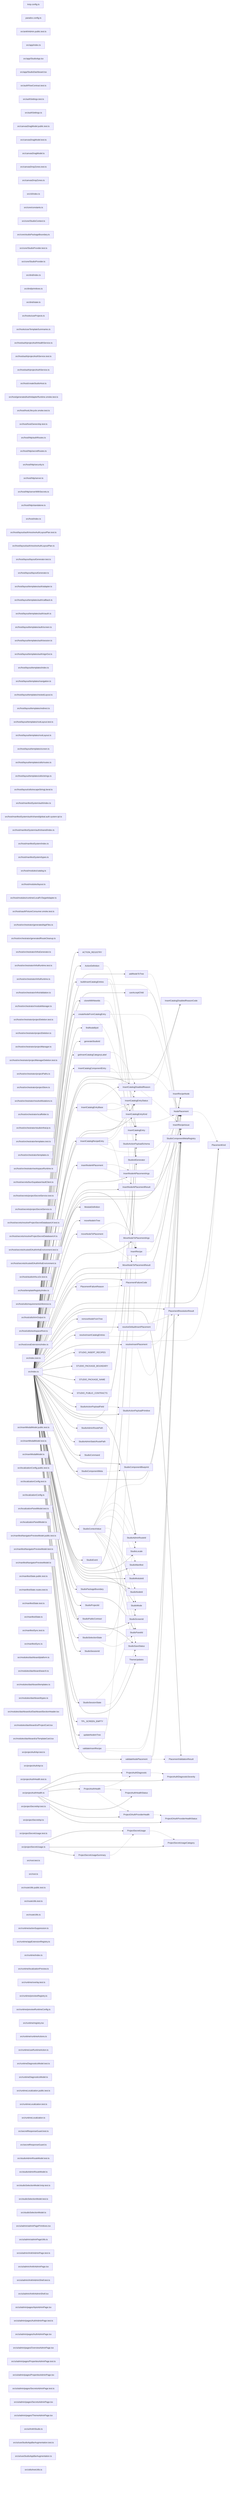
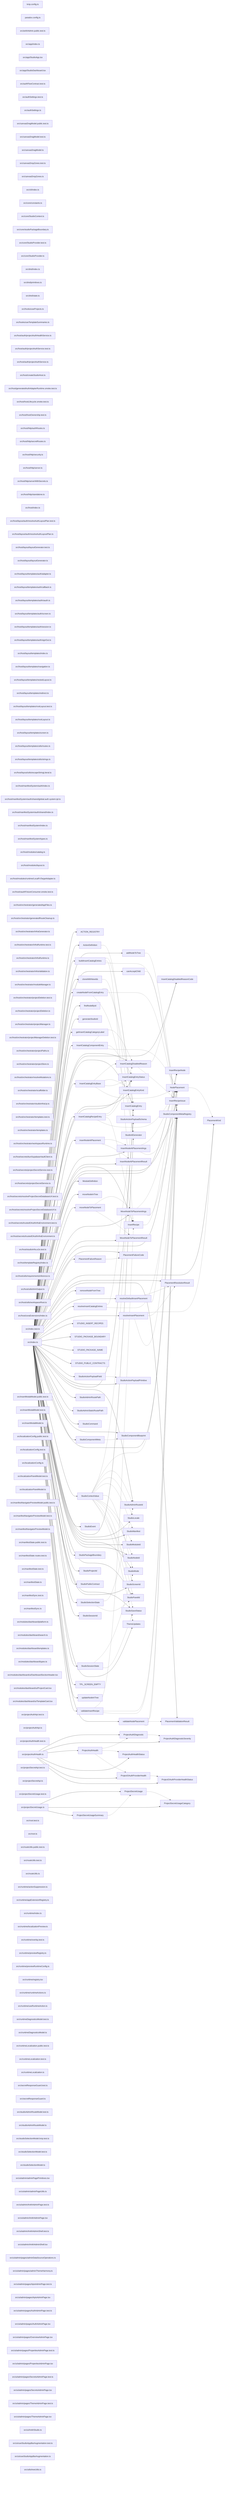
graph LR
  module_knip_config_ts["knip.config.ts"]
  module_paradox_config_ts["paradox.config.ts"]
  module_src_ankhAdmin_public_test_ts["src/ankhAdmin.public.test.ts"]
  module_src_app_index_ts["src/app/index.ts"]
  module_src_app_StudioApp_tsx["src/app/StudioApp.tsx"]
  module_src_app_StudioDashboard_tsx["src/app/StudioDashboard.tsx"]
  module_src_authFlowContract_test_ts["src/authFlowContract.test.ts"]
  module_src_authSettings_test_ts["src/authSettings.test.ts"]
  module_src_authSettings_ts["src/authSettings.ts"]
  module_src_canvasDragModel_public_test_ts["src/canvasDragModel.public.test.ts"]
  module_src_canvasDragModel_test_ts["src/canvasDragModel.test.ts"]
  module_src_canvasDragModel_ts["src/canvasDragModel.ts"]
  module_src_canvasDropZones_test_ts["src/canvasDropZones.test.ts"]
  module_src_canvasDropZones_ts["src/canvasDropZones.ts"]
  module_src_cli_index_ts["src/cli/index.ts"]
  module_src_core_constants_ts["src/core/constants.ts"]
  module_src_core_StudioContext_ts["src/core/StudioContext.ts"]
  module_src_core_studioPackageBoundary_ts["src/core/studioPackageBoundary.ts"]
  module_src_core_StudioProvider_test_ts["src/core/StudioProvider.test.ts"]
  module_src_core_StudioProvider_ts["src/core/StudioProvider.ts"]
  module_src_dnd_index_ts["src/dnd/index.ts"]
  module_src_dnd_primitives_ts["src/dnd/primitives.ts"]
  module_src_dnd_state_ts["src/dnd/state.ts"]
  module_src_hooks_useProjects_ts["src/hooks/useProjects.ts"]
  module_src_hooks_useTemplateSummaries_ts["src/hooks/useTemplateSummaries.ts"]
  module_src_host_auth_projectAuthHealthService_ts["src/host/auth/projectAuthHealthService.ts"]
  module_src_host_auth_projectAuthService_test_ts["src/host/auth/projectAuthService.test.ts"]
  module_src_host_auth_projectAuthService_ts["src/host/auth/projectAuthService.ts"]
  module_src_host_createStudioHost_ts["src/host/createStudioHost.ts"]
  module_src_host_generatedAuthAdapterRuntime_smoke_test_ts["src/host/generatedAuthAdapterRuntime.smoke.test.ts"]
  module_src_host_hostLifecycle_smoke_test_ts["src/host/hostLifecycle.smoke.test.ts"]
  module_src_host_hostOwnership_test_ts["src/host/hostOwnership.test.ts"]
  module_src_host_http_authRoutes_ts["src/host/http/authRoutes.ts"]
  module_src_host_http_secretRoutes_ts["src/host/http/secretRoutes.ts"]
  module_src_host_http_security_ts["src/host/http/security.ts"]
  module_src_host_http_server_ts["src/host/http/server.ts"]
  module_src_host_http_serverWithSecrets_ts["src/host/http/serverWithSecrets.ts"]
  module_src_host_http_standalone_ts["src/host/http/standalone.ts"]
  module_src_host_index_ts["src/host/index.ts"]
  module_src_host_layout_auth_resolveAuthLayoutPlan_test_ts["src/host/layout/auth/resolveAuthLayoutPlan.test.ts"]
  module_src_host_layout_auth_resolveAuthLayoutPlan_ts["src/host/layout/auth/resolveAuthLayoutPlan.ts"]
  module_src_host_layout_layoutGenerator_test_ts["src/host/layout/layoutGenerator.test.ts"]
  module_src_host_layout_layoutGenerator_ts["src/host/layout/layoutGenerator.ts"]
  module_src_host_layout_templates_auth_adapter_ts["src/host/layout/templates/auth/adapter.ts"]
  module_src_host_layout_templates_auth_callback_ts["src/host/layout/templates/auth/callback.ts"]
  module_src_host_layout_templates_auth_oauth_ts["src/host/layout/templates/auth/oauth.ts"]
  module_src_host_layout_templates_auth_screen_ts["src/host/layout/templates/auth/screen.ts"]
  module_src_host_layout_templates_auth_session_ts["src/host/layout/templates/auth/session.ts"]
  module_src_host_layout_templates_auth_signOut_ts["src/host/layout/templates/auth/signOut.ts"]
  module_src_host_layout_templates_index_ts["src/host/layout/templates/index.ts"]
  module_src_host_layout_templates_navigation_ts["src/host/layout/templates/navigation.ts"]
  module_src_host_layout_templates_nestedLayout_ts["src/host/layout/templates/nestedLayout.ts"]
  module_src_host_layout_templates_redirect_ts["src/host/layout/templates/redirect.ts"]
  module_src_host_layout_templates_rootLayout_test_ts["src/host/layout/templates/rootLayout.test.ts"]
  module_src_host_layout_templates_rootLayout_ts["src/host/layout/templates/rootLayout.ts"]
  module_src_host_layout_templates_screen_ts["src/host/layout/templates/screen.ts"]
  module_src_host_layout_templates_utils_routes_ts["src/host/layout/templates/utils/routes.ts"]
  module_src_host_layout_templates_utils_strings_ts["src/host/layout/templates/utils/strings.ts"]
  module_src_host_layout_utils_escapeStringLiteral_ts["src/host/layout/utils/escapeStringLiteral.ts"]
  module_src_host_manifestSystem_auth_index_ts["src/host/manifestSystem/auth/index.ts"]
  module_src_host_manifestSystem_auth_shared_global_auth_system_tpl_ts["src/host/manifestSystem/auth/shared/global.auth.system.tpl.ts"]
  module_src_host_manifestSystem_auth_shared_index_ts["src/host/manifestSystem/auth/shared/index.ts"]
  module_src_host_manifestSystem_index_ts["src/host/manifestSystem/index.ts"]
  module_src_host_manifestSystem_types_ts["src/host/manifestSystem/types.ts"]
  module_src_host_modules_catalog_ts["src/host/modules/catalog.ts"]
  module_src_host_modules_layout_ts["src/host/modules/layout.ts"]
  module_src_host_modules_runtime_LocalFsTargetAdapter_ts["src/host/modules/runtime/LocalFsTargetAdapter.ts"]
  module_src_host_oauthFixtureConsumer_smoke_test_ts["src/host/oauthFixtureConsumer.smoke.test.ts"]
  module_src_host_orchestrator_generatedAppFiles_ts["src/host/orchestrator/generatedAppFiles.ts"]
  module_src_host_orchestrator_generatedRouteCleanup_ts["src/host/orchestrator/generatedRouteCleanup.ts"]
  module_src_host_orchestrator_infraGenerator_ts["src/host/orchestrator/infraGenerator.ts"]
  module_src_host_orchestrator_infraRuntime_test_ts["src/host/orchestrator/infraRuntime.test.ts"]
  module_src_host_orchestrator_infraRuntime_ts["src/host/orchestrator/infraRuntime.ts"]
  module_src_host_orchestrator_infraValidation_ts["src/host/orchestrator/infraValidation.ts"]
  module_src_host_orchestrator_moduleManager_ts["src/host/orchestrator/moduleManager.ts"]
  module_src_host_orchestrator_projectDeletion_test_ts["src/host/orchestrator/projectDeletion.test.ts"]
  module_src_host_orchestrator_projectDeletion_ts["src/host/orchestrator/projectDeletion.ts"]
  module_src_host_orchestrator_projectManager_ts["src/host/orchestrator/projectManager.ts"]
  module_src_host_orchestrator_projectManagerDeletion_test_ts["src/host/orchestrator/projectManagerDeletion.test.ts"]
  module_src_host_orchestrator_projectPaths_ts["src/host/orchestrator/projectPaths.ts"]
  module_src_host_orchestrator_projectStore_ts["src/host/orchestrator/projectStore.ts"]
  module_src_host_orchestrator_resolveMutations_ts["src/host/orchestrator/resolveMutations.ts"]
  module_src_host_orchestrator_scaffolder_ts["src/host/orchestrator/scaffolder.ts"]
  module_src_host_orchestrator_studioInfraUp_ts["src/host/orchestrator/studioInfraUp.ts"]
  module_src_host_orchestrator_templates_test_ts["src/host/orchestrator/templates.test.ts"]
  module_src_host_orchestrator_templates_ts["src/host/orchestrator/templates.ts"]
  module_src_host_orchestrator_workspaceRuntime_ts["src/host/orchestrator/workspaceRuntime.ts"]
  module_src_host_secrets_bunSupabaseVaultClient_ts["src/host/secrets/bunSupabaseVaultClient.ts"]
  module_src_host_secrets_projectSecretService_test_ts["src/host/secrets/projectSecretService.test.ts"]
  module_src_host_secrets_projectSecretService_ts["src/host/secrets/projectSecretService.ts"]
  module_src_host_secrets_resolveProjectSecretDatabaseUrl_test_ts["src/host/secrets/resolveProjectSecretDatabaseUrl.test.ts"]
  module_src_host_secrets_resolveProjectSecretDatabaseUrl_ts["src/host/secrets/resolveProjectSecretDatabaseUrl.ts"]
  module_src_host_secrets_trustedOAuthInfraEnvironment_test_ts["src/host/secrets/trustedOAuthInfraEnvironment.test.ts"]
  module_src_host_secrets_trustedOAuthInfraEnvironment_ts["src/host/secrets/trustedOAuthInfraEnvironment.ts"]
  module_src_host_studioInfra_e2e_test_ts["src/host/studioInfra.e2e.test.ts"]
  module_src_host_templateRegistry_index_ts["src/host/templateRegistry/index.ts"]
  module_src_host_utils_requirementsInference_ts["src/host/utils/requirementsInference.ts"]
  module_src_host_utils_trimOutput_ts["src/host/utils/trimOutput.ts"]
  module_src_host_utils_workspaceRoot_ts["src/host/utils/workspaceRoot.ts"]
  module_src_host_zoraExtensions_index_ts["src/host/zoraExtensions/index.ts"]
  module_src_index_test_ts["src/index.test.ts"]
  module_src_index_ts["src/index.ts"]
  module_src_insertModalModel_public_test_ts["src/insertModalModel.public.test.ts"]
  module_src_insertModalModel_test_ts["src/insertModalModel.test.ts"]
  module_src_insertModalModel_ts["src/insertModalModel.ts"]
  module_src_localizationConfig_public_test_ts["src/localizationConfig.public.test.ts"]
  module_src_localizationConfig_test_ts["src/localizationConfig.test.ts"]
  module_src_localizationConfig_ts["src/localizationConfig.ts"]
  module_src_localizationPanelModel_test_ts["src/localizationPanelModel.test.ts"]
  module_src_localizationPanelModel_ts["src/localizationPanelModel.ts"]
  module_src_manifestNavigatorPreviewModel_public_test_ts["src/manifestNavigatorPreviewModel.public.test.ts"]
  module_src_manifestNavigatorPreviewModel_test_ts["src/manifestNavigatorPreviewModel.test.ts"]
  module_src_manifestNavigatorPreviewModel_ts["src/manifestNavigatorPreviewModel.ts"]
  module_src_manifestState_public_test_ts["src/manifestState.public.test.ts"]
  module_src_manifestState_routes_test_ts["src/manifestState.routes.test.ts"]
  module_src_manifestState_test_ts["src/manifestState.test.ts"]
  module_src_manifestState_ts["src/manifestState.ts"]
  module_src_manifestSync_test_ts["src/manifestSync.test.ts"]
  module_src_manifestSync_ts["src/manifestSync.ts"]
  module_src_modules_dashboard_platform_ts["src/modules/dashboard/platform.ts"]
  module_src_modules_dashboard_search_ts["src/modules/dashboard/search.ts"]
  module_src_modules_dashboard_templates_ts["src/modules/dashboard/templates.ts"]
  module_src_modules_dashboard_types_ts["src/modules/dashboard/types.ts"]
  module_src_modules_dashboard_ui_DashboardSectionHeader_tsx["src/modules/dashboard/ui/DashboardSectionHeader.tsx"]
  module_src_modules_dashboard_ui_ProjectCard_tsx["src/modules/dashboard/ui/ProjectCard.tsx"]
  module_src_modules_dashboard_ui_TemplateCard_tsx["src/modules/dashboard/ui/TemplateCard.tsx"]
  module_src_projectAuthApi_test_ts["src/projectAuthApi.test.ts"]
  module_src_projectAuthApi_ts["src/projectAuthApi.ts"]
  module_src_projectAuthHealth_test_ts["src/projectAuthHealth.test.ts"]
  module_src_projectAuthHealth_ts["src/projectAuthHealth.ts"]
  module_src_projectSecretApi_test_ts["src/projectSecretApi.test.ts"]
  module_src_projectSecretApi_ts["src/projectSecretApi.ts"]
  module_src_projectSecretUsage_test_ts["src/projectSecretUsage.test.ts"]
  module_src_projectSecretUsage_ts["src/projectSecretUsage.ts"]
  module_src_root_test_ts["src/root.test.ts"]
  module_src_root_ts["src/root.ts"]
  module_src_routeUtils_public_test_ts["src/routeUtils.public.test.ts"]
  module_src_routeUtils_test_ts["src/routeUtils.test.ts"]
  module_src_routeUtils_ts["src/routeUtils.ts"]
  module_src_runtime_actionSuppression_ts["src/runtime/actionSuppression.ts"]
  module_src_runtime_appExtensionRegistry_ts["src/runtime/appExtensionRegistry.ts"]
  module_src_runtime_index_ts["src/runtime/index.ts"]
  module_src_runtime_localizationPreview_ts["src/runtime/localizationPreview.ts"]
  module_src_runtime_overlay_test_ts["src/runtime/overlay.test.ts"]
  module_src_runtime_previewRegistry_ts["src/runtime/previewRegistry.ts"]
  module_src_runtime_previewRuntimeConfig_ts["src/runtime/previewRuntimeConfig.ts"]
  module_src_runtime_registry_tsx["src/runtime/registry.tsx"]
  module_src_runtime_runtimeActions_ts["src/runtime/runtimeActions.ts"]
  module_src_runtime_useRuntimeAction_ts["src/runtime/useRuntimeAction.ts"]
  module_src_runtimeDiagnosticsModel_test_ts["src/runtimeDiagnosticsModel.test.ts"]
  module_src_runtimeDiagnosticsModel_ts["src/runtimeDiagnosticsModel.ts"]
  module_src_runtimeLocalization_public_test_ts["src/runtimeLocalization.public.test.ts"]
  module_src_runtimeLocalization_test_ts["src/runtimeLocalization.test.ts"]
  module_src_runtimeLocalization_ts["src/runtimeLocalization.ts"]
  module_src_secretResponseGuard_test_ts["src/secretResponseGuard.test.ts"]
  module_src_secretResponseGuard_ts["src/secretResponseGuard.ts"]
  module_src_studioAdminRouteModel_test_ts["src/studioAdminRouteModel.test.ts"]
  module_src_studioAdminRouteModel_ts["src/studioAdminRouteModel.ts"]
  module_src_studioSelectionModel_knip_test_ts["src/studioSelectionModel.knip.test.ts"]
  module_src_studioSelectionModel_test_ts["src/studioSelectionModel.test.ts"]
  module_src_studioSelectionModel_ts["src/studioSelectionModel.ts"]
  module_src_ui_admin_adminPagePrimitives_tsx["src/ui/admin/adminPagePrimitives.tsx"]
  module_src_ui_admin_adminPageUtils_ts["src/ui/admin/adminPageUtils.ts"]
  module_src_ui_admin_AnkhAdminPage_test_ts["src/ui/admin/AnkhAdminPage.test.ts"]
  module_src_ui_admin_AnkhAdminPage_tsx["src/ui/admin/AnkhAdminPage.tsx"]
  module_src_ui_admin_AnkhAdminShell_test_ts["src/ui/admin/AnkhAdminShell.test.ts"]
  module_src_ui_admin_AnkhAdminShell_tsx["src/ui/admin/AnkhAdminShell.tsx"]
+   module_src_ui_admin_pages_adminDataSourceOperations_ts["src/ui/admin/pages/adminDataSourceOperations.ts"]
+   module_src_ui_admin_pages_adminThemeHarmony_ts["src/ui/admin/pages/adminThemeHarmony.ts"]
+   module_src_ui_admin_pages_ApisAdminPage_test_ts["src/ui/admin/pages/ApisAdminPage.test.ts"]
  module_src_ui_admin_pages_ApisAdminPage_tsx["src/ui/admin/pages/ApisAdminPage.tsx"]
  module_src_ui_admin_pages_AuthAdminPage_test_ts["src/ui/admin/pages/AuthAdminPage.test.ts"]
  module_src_ui_admin_pages_AuthAdminPage_tsx["src/ui/admin/pages/AuthAdminPage.tsx"]
  module_src_ui_admin_pages_OverviewAdminPage_tsx["src/ui/admin/pages/OverviewAdminPage.tsx"]
  module_src_ui_admin_pages_PropertiesAdminPage_test_ts["src/ui/admin/pages/PropertiesAdminPage.test.ts"]
  module_src_ui_admin_pages_PropertiesAdminPage_tsx["src/ui/admin/pages/PropertiesAdminPage.tsx"]
  module_src_ui_admin_pages_SecretsAdminPage_test_ts["src/ui/admin/pages/SecretsAdminPage.test.ts"]
  module_src_ui_admin_pages_SecretsAdminPage_tsx["src/ui/admin/pages/SecretsAdminPage.tsx"]
+   module_src_ui_admin_pages_ThemeAdminPage_test_ts["src/ui/admin/pages/ThemeAdminPage.test.ts"]
  module_src_ui_admin_pages_ThemeAdminPage_tsx["src/ui/admin/pages/ThemeAdminPage.tsx"]
  module_src_ui_AnkhStudio_ts["src/ui/AnkhStudio.ts"]
  module_src_ui_useStudioAppBarAugmentation_test_ts["src/ui/useStudioAppBarAugmentation.test.ts"]
  module_src_ui_useStudioAppBarAugmentation_ts["src/ui/useStudioAppBarAugmentation.ts"]
  module_src_utils_treeUtils_ts["src/utils/treeUtils.ts"]
  export_ACTION_REGISTRY["ACTION_REGISTRY"]
  module_src_index_ts --> export_ACTION_REGISTRY
  export_ActionDefinition["ActionDefinition"]
  module_src_index_ts --> export_ActionDefinition
  export_ActionDefinition -.-> export_StudioActionPayloadSchema
  export_addNodeToTree["addNodeToTree"]
  module_src_index_ts --> export_addNodeToTree
  export_addNodeToTree -.-> export_StudioComponentMetaRegistry
  export_buildInsertCatalogEntries["buildInsertCatalogEntries"]
  module_src_index_ts --> export_buildInsertCatalogEntries
  export_buildInsertCatalogEntries -.-> export_InsertCatalogEntry
  export_buildInsertCatalogEntries -.-> export_InsertRecipe
  export_buildInsertCatalogEntries -.-> export_StudioComponentMetaRegistry
  export_canAcceptChild["canAcceptChild"]
  module_src_index_ts --> export_canAcceptChild
  export_canAcceptChild -.-> export_StudioComponentMetaRegistry
  export_cloneWithNewIds["cloneWithNewIds"]
  module_src_index_ts --> export_cloneWithNewIds
  export_cloneWithNewIds -.-> export_StudioIdGenerator
  export_createNodeFromCatalogEntry["createNodeFromCatalogEntry"]
  module_src_index_ts --> export_createNodeFromCatalogEntry
  export_createNodeFromCatalogEntry -.-> export_InsertCatalogEntry
  export_createNodeFromCatalogEntry -.-> export_StudioComponentMetaRegistry
  export_createNodeFromCatalogEntry -.-> export_StudioIdGenerator
  export_findNodeById["findNodeById"]
  module_src_index_ts --> export_findNodeById
  export_generateStudioId["generateStudioId"]
  module_src_index_ts --> export_generateStudioId
  export_getInsertCatalogCategoryLabel["getInsertCatalogCategoryLabel"]
  module_src_index_ts --> export_getInsertCatalogCategoryLabel
  export_InsertCatalogComponentEntry["InsertCatalogComponentEntry"]
  module_src_index_ts --> export_InsertCatalogComponentEntry
  export_InsertCatalogComponentEntry -.-> export_InsertCatalogDisabledReason
  export_InsertCatalogComponentEntry -.-> export_InsertCatalogEntryStatus
  export_InsertCatalogComponentEntry -.-> export_NodePlacement
  export_InsertCatalogDisabledReason["InsertCatalogDisabledReason"]
  module_src_index_ts --> export_InsertCatalogDisabledReason
  export_InsertCatalogDisabledReason -.-> export_InsertCatalogDisabledReasonCode
  export_InsertCatalogDisabledReason -.-> export_InsertRecipeIssue
  export_InsertCatalogDisabledReasonCode["InsertCatalogDisabledReasonCode"]
  module_src_index_ts --> export_InsertCatalogDisabledReasonCode
  export_InsertCatalogEntry["InsertCatalogEntry"]
  module_src_index_ts --> export_InsertCatalogEntry
  export_InsertCatalogEntryBase["InsertCatalogEntryBase"]
  module_src_index_ts --> export_InsertCatalogEntryBase
  export_InsertCatalogEntryBase -.-> export_InsertCatalogDisabledReason
  export_InsertCatalogEntryBase -.-> export_InsertCatalogEntryKind
  export_InsertCatalogEntryBase -.-> export_InsertCatalogEntryStatus
  export_InsertCatalogEntryBase -.-> export_NodePlacement
  export_InsertCatalogEntryKind["InsertCatalogEntryKind"]
  module_src_index_ts --> export_InsertCatalogEntryKind
  export_InsertCatalogEntryStatus["InsertCatalogEntryStatus"]
  module_src_index_ts --> export_InsertCatalogEntryStatus
  export_InsertCatalogRecipeEntry["InsertCatalogRecipeEntry"]
  module_src_index_ts --> export_InsertCatalogRecipeEntry
  export_InsertCatalogRecipeEntry -.-> export_InsertCatalogDisabledReason
  export_InsertCatalogRecipeEntry -.-> export_InsertCatalogEntryStatus
  export_InsertCatalogRecipeEntry -.-> export_InsertRecipe
  export_InsertCatalogRecipeEntry -.-> export_NodePlacement
  export_insertNodeAtPlacement["insertNodeAtPlacement"]
  module_src_index_ts --> export_insertNodeAtPlacement
  export_insertNodeAtPlacement -.-> export_InsertNodeAtPlacementArgs
  export_insertNodeAtPlacement -.-> export_InsertNodeAtPlacementResult
  export_InsertNodeAtPlacementArgs["InsertNodeAtPlacementArgs"]
  module_src_index_ts --> export_InsertNodeAtPlacementArgs
  export_InsertNodeAtPlacementArgs -.-> export_NodePlacement
  export_InsertNodeAtPlacementArgs -.-> export_StudioComponentMetaRegistry
  export_InsertNodeAtPlacementResult["InsertNodeAtPlacementResult"]
  module_src_index_ts --> export_InsertNodeAtPlacementResult
  export_InsertRecipe["InsertRecipe"]
  module_src_index_ts --> export_InsertRecipe
  export_InsertRecipe -.-> export_InsertRecipeNode
  export_InsertRecipeIssue["InsertRecipeIssue"]
  module_src_index_ts --> export_InsertRecipeIssue
  export_InsertRecipeNode["InsertRecipeNode"]
  module_src_index_ts --> export_InsertRecipeNode
  export_ModuleDefinition["ModuleDefinition"]
  module_src_index_ts --> export_ModuleDefinition
  export_moveNodeInTree["moveNodeInTree"]
  module_src_index_ts --> export_moveNodeInTree
  export_moveNodeToPlacement["moveNodeToPlacement"]
  module_src_index_ts --> export_moveNodeToPlacement
  export_moveNodeToPlacement -.-> export_MoveNodeToPlacementArgs
  export_moveNodeToPlacement -.-> export_MoveNodeToPlacementResult
  export_MoveNodeToPlacementArgs["MoveNodeToPlacementArgs"]
  module_src_index_ts --> export_MoveNodeToPlacementArgs
  export_MoveNodeToPlacementArgs -.-> export_NodePlacement
  export_MoveNodeToPlacementArgs -.-> export_StudioComponentMetaRegistry
  export_MoveNodeToPlacementResult["MoveNodeToPlacementResult"]
  module_src_index_ts --> export_MoveNodeToPlacementResult
  export_NodePlacement["NodePlacement"]
  module_src_index_ts --> export_NodePlacement
  export_NodePlacement -.-> export_PlacementKind
  export_PlacementFailureCode["PlacementFailureCode"]
  module_src_index_ts --> export_PlacementFailureCode
  export_PlacementFailureReason["PlacementFailureReason"]
  module_src_index_ts --> export_PlacementFailureReason
  export_PlacementFailureReason -.-> export_PlacementFailureCode
  export_PlacementKind["PlacementKind"]
  module_src_index_ts --> export_PlacementKind
  export_PlacementResolutionResult["PlacementResolutionResult"]
  module_src_index_ts --> export_PlacementResolutionResult
  export_PlacementValidationResult["PlacementValidationResult"]
  module_src_index_ts --> export_PlacementValidationResult
  export_ProjectAuthDiagnostic["ProjectAuthDiagnostic"]
  module_src_projectAuthHealth_ts --> export_ProjectAuthDiagnostic
  export_ProjectAuthDiagnostic -.-> export_ProjectAuthDiagnosticSeverity
  export_ProjectAuthDiagnosticSeverity["ProjectAuthDiagnosticSeverity"]
  module_src_projectAuthHealth_ts --> export_ProjectAuthDiagnosticSeverity
  export_ProjectAuthHealth["ProjectAuthHealth"]
  module_src_projectAuthHealth_ts --> export_ProjectAuthHealth
  export_ProjectAuthHealth -.-> export_ProjectAuthDiagnostic
  export_ProjectAuthHealth -.-> export_ProjectAuthHealthStatus
  export_ProjectAuthHealth -.-> export_ProjectOAuthProviderHealth
  export_ProjectAuthHealthStatus["ProjectAuthHealthStatus"]
  module_src_projectAuthHealth_ts --> export_ProjectAuthHealthStatus
  export_ProjectOAuthProviderHealth["ProjectOAuthProviderHealth"]
  module_src_projectAuthHealth_ts --> export_ProjectOAuthProviderHealth
  export_ProjectOAuthProviderHealth -.-> export_ProjectOAuthProviderHealthStatus
  export_ProjectOAuthProviderHealthStatus["ProjectOAuthProviderHealthStatus"]
  module_src_projectAuthHealth_ts --> export_ProjectOAuthProviderHealthStatus
  export_ProjectSecretUsage["ProjectSecretUsage"]
  module_src_projectSecretUsage_ts --> export_ProjectSecretUsage
  export_ProjectSecretUsage -.-> export_ProjectSecretUsageCategory
  export_ProjectSecretUsageCategory["ProjectSecretUsageCategory"]
  module_src_projectSecretUsage_ts --> export_ProjectSecretUsageCategory
  export_ProjectSecretUsageSummary["ProjectSecretUsageSummary"]
  module_src_projectSecretUsage_ts --> export_ProjectSecretUsageSummary
  export_ProjectSecretUsageSummary -.-> export_ProjectSecretUsage
  export_removeNodeFromTree["removeNodeFromTree"]
  module_src_index_ts --> export_removeNodeFromTree
  export_resolveDefaultInsertPlacement["resolveDefaultInsertPlacement"]
  module_src_index_ts --> export_resolveDefaultInsertPlacement
  export_resolveDefaultInsertPlacement -.-> export_PlacementResolutionResult
  export_resolveDefaultInsertPlacement -.-> export_StudioComponentMetaRegistry
  export_resolveInsertCatalogEntries["resolveInsertCatalogEntries"]
  module_src_index_ts --> export_resolveInsertCatalogEntries
  export_resolveInsertCatalogEntries -.-> export_InsertCatalogEntry
  export_resolveInsertCatalogEntries -.-> export_StudioComponentMetaRegistry
  export_resolveInsertPlacement["resolveInsertPlacement"]
  module_src_index_ts --> export_resolveInsertPlacement
  export_resolveInsertPlacement -.-> export_PlacementKind
  export_resolveInsertPlacement -.-> export_PlacementResolutionResult
  export_resolveInsertPlacement -.-> export_StudioComponentMetaRegistry
  export_STUDIO_INSERT_RECIPES["STUDIO_INSERT_RECIPES"]
  module_src_index_ts --> export_STUDIO_INSERT_RECIPES
  export_STUDIO_PACKAGE_BOUNDARY["STUDIO_PACKAGE_BOUNDARY"]
  module_src_index_ts --> export_STUDIO_PACKAGE_BOUNDARY
  export_STUDIO_PACKAGE_NAME["STUDIO_PACKAGE_NAME"]
  module_src_index_ts --> export_STUDIO_PACKAGE_NAME
  export_STUDIO_PUBLIC_CONTRACTS["STUDIO_PUBLIC_CONTRACTS"]
  module_src_index_ts --> export_STUDIO_PUBLIC_CONTRACTS
  export_StudioActionPayloadField["StudioActionPayloadField"]
  module_src_index_ts --> export_StudioActionPayloadField
  export_StudioActionPayloadField -.-> export_StudioActionPayloadPrimitive
  export_StudioActionPayloadPrimitive["StudioActionPayloadPrimitive"]
  module_src_index_ts --> export_StudioActionPayloadPrimitive
  export_StudioActionPayloadSchema["StudioActionPayloadSchema"]
  module_src_index_ts --> export_StudioActionPayloadSchema
  export_StudioAdminRouteId["StudioAdminRouteId"]
  module_src_index_ts --> export_StudioAdminRouteId
  export_StudioAdminRoutePath["StudioAdminRoutePath"]
  module_src_index_ts --> export_StudioAdminRoutePath
  export_StudioAdminStaticRoutePath["StudioAdminStaticRoutePath"]
  module_src_index_ts --> export_StudioAdminStaticRoutePath
  export_StudioCommand["StudioCommand"]
  module_src_index_ts --> export_StudioCommand
  export_StudioComponentBlueprint["StudioComponentBlueprint"]
  module_src_index_ts --> export_StudioComponentBlueprint
  export_StudioComponentMeta["StudioComponentMeta"]
  module_src_index_ts --> export_StudioComponentMeta
  export_StudioComponentMeta -.-> export_StudioComponentBlueprint
  export_StudioComponentMetaRegistry["StudioComponentMetaRegistry"]
  module_src_index_ts --> export_StudioComponentMetaRegistry
  export_StudioContextValue["StudioContextValue"]
  module_src_index_ts --> export_StudioContextValue
  export_StudioContextValue -.-> export_InsertCatalogEntry
  export_StudioContextValue -.-> export_NodePlacement
  export_StudioContextValue -.-> export_StudioAdminRouteId
  export_StudioContextValue -.-> export_StudioLocale
  export_StudioContextValue -.-> export_StudioManifest
  export_StudioContextValue -.-> export_StudioMode
  export_StudioContextValue -.-> export_StudioModuleId
  export_StudioContextValue -.-> export_StudioNodeId
  export_StudioContextValue -.-> export_StudioPanelId
  export_StudioContextValue -.-> export_StudioSaveStatus
  export_StudioContextValue -.-> export_StudioScreenId
  export_StudioContextValue -.-> export_ThemeUpdates
  export_StudioEvent["StudioEvent"]
  module_src_index_ts --> export_StudioEvent
  export_StudioIdGenerator["StudioIdGenerator"]
  module_src_index_ts --> export_StudioIdGenerator
  export_StudioLocale["StudioLocale"]
  module_src_index_ts --> export_StudioLocale
  export_StudioManifest["StudioManifest"]
  module_src_index_ts --> export_StudioManifest
  export_StudioMode["StudioMode"]
  module_src_index_ts --> export_StudioMode
  export_StudioModuleId["StudioModuleId"]
  module_src_index_ts --> export_StudioModuleId
  export_StudioNodeId["StudioNodeId"]
  module_src_index_ts --> export_StudioNodeId
  export_StudioPackageBoundary["StudioPackageBoundary"]
  module_src_index_ts --> export_StudioPackageBoundary
  export_StudioPanelId["StudioPanelId"]
  module_src_index_ts --> export_StudioPanelId
  export_StudioProjectId["StudioProjectId"]
  module_src_index_ts --> export_StudioProjectId
  export_StudioPublicContract["StudioPublicContract"]
  module_src_index_ts --> export_StudioPublicContract
  export_StudioSaveStatus["StudioSaveStatus"]
  module_src_index_ts --> export_StudioSaveStatus
  export_StudioScreenId["StudioScreenId"]
  module_src_index_ts --> export_StudioScreenId
  export_StudioSelectionState["StudioSelectionState"]
  module_src_index_ts --> export_StudioSelectionState
  export_StudioSelectionState -.-> export_StudioAdminRouteId
  export_StudioSelectionState -.-> export_StudioPanelId
  export_StudioSessionId["StudioSessionId"]
  module_src_index_ts --> export_StudioSessionId
  export_StudioSessionState["StudioSessionState"]
  module_src_index_ts --> export_StudioSessionState
  export_StudioSessionState -.-> export_StudioMode
  export_StudioSessionState -.-> export_StudioSaveStatus
  export_ThemeUpdates["ThemeUpdates"]
  module_src_index_ts --> export_ThemeUpdates
  export_TPL_SCREEN_EMPTY["TPL_SCREEN_EMPTY"]
  module_src_index_ts --> export_TPL_SCREEN_EMPTY
  export_updateNodeInTree["updateNodeInTree"]
  module_src_index_ts --> export_updateNodeInTree
  export_validateInsertRecipe["validateInsertRecipe"]
  module_src_index_ts --> export_validateInsertRecipe
  export_validateInsertRecipe -.-> export_InsertRecipe
  export_validateInsertRecipe -.-> export_InsertRecipeIssue
  export_validateInsertRecipe -.-> export_StudioComponentMetaRegistry
  export_validateNodePlacement["validateNodePlacement"]
  module_src_index_ts --> export_validateNodePlacement
  export_validateNodePlacement -.-> export_NodePlacement
  export_validateNodePlacement -.-> export_PlacementValidationResult
  export_validateNodePlacement -.-> export_StudioComponentMetaRegistry
